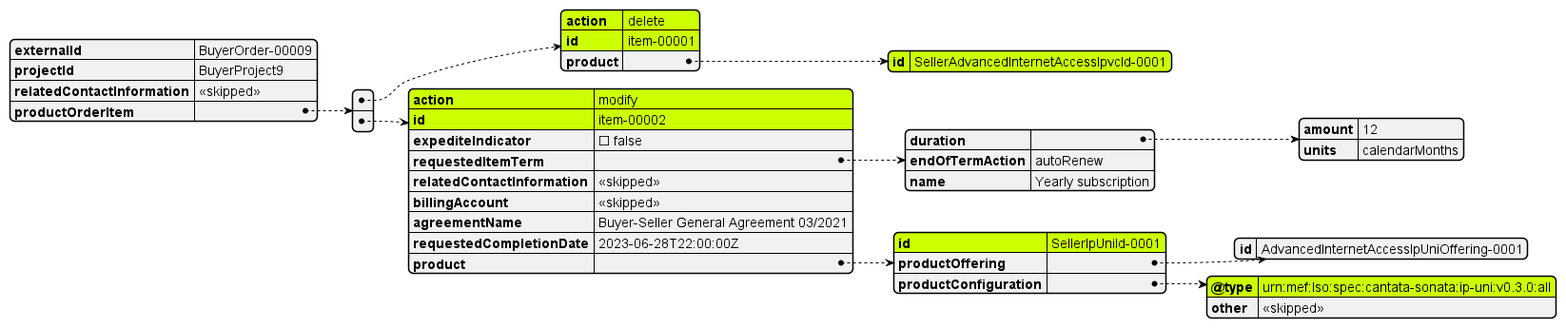
Earlier version of the PlantUML export documentation/productSchema/ip/internetAccess/MEF 139 resources/media/useCases/uc9Order.png (MEF-GIT/MEF-LSO-Sonata-SDK). Its diagram source:
```plantuml
@startjson


#highlight "productOrderItem" / "0" / "action"
#highlight "productOrderItem" / "0" / "id"
#highlight "productOrderItem" / "0" / "product" / "id"

#highlight "productOrderItem" / "1" / "action"
#highlight "productOrderItem" / "1" / "id"
#highlight "productOrderItem" / "1" / "product" / "id"

#highlight "productOrderItem" / "1" / "product" / "productConfiguration" / "@type"


{
  "externalId": "BuyerOrder-00009",
  "projectId": "BuyerProject9",
  "relatedContactInformation": "<<skipped>>",
  "productOrderItem": [
    {
      "action": "delete",
      "id": "item-00001",
      "product": {
        "id": "SellerAdvancedInternetAccessIpvcId-0001"
      }
    },
    {
      "action": "modify",
      "id": "item-00002",
      "expediteIndicator": false,
      "requestedItemTerm": {
        "duration": {
          "amount": 12,
          "units": "calendarMonths"
        },
        "endOfTermAction": "autoRenew",
        "name": "Yearly subscription"
      },
      "relatedContactInformation": "<<skipped>>",
      "billingAccount": "<<skipped>>",
      "agreementName": "Buyer-Seller General Agreement 03/2021",
      "requestedCompletionDate": "2023-06-28T22:00:00Z",
      "product": {
        "id": "SellerIpUniId-0001",
        "productOffering": {
          "id": "AdvancedInternetAccessIpUniOffering-0001"
        },
        "productConfiguration": {
          "@type": "urn:mef:lso:spec:cantata-sonata:ip-uni:v0.3.0:all",
          "other": "<<skipped>>"
        }
      }
    }
  ]
}

@endjson
```
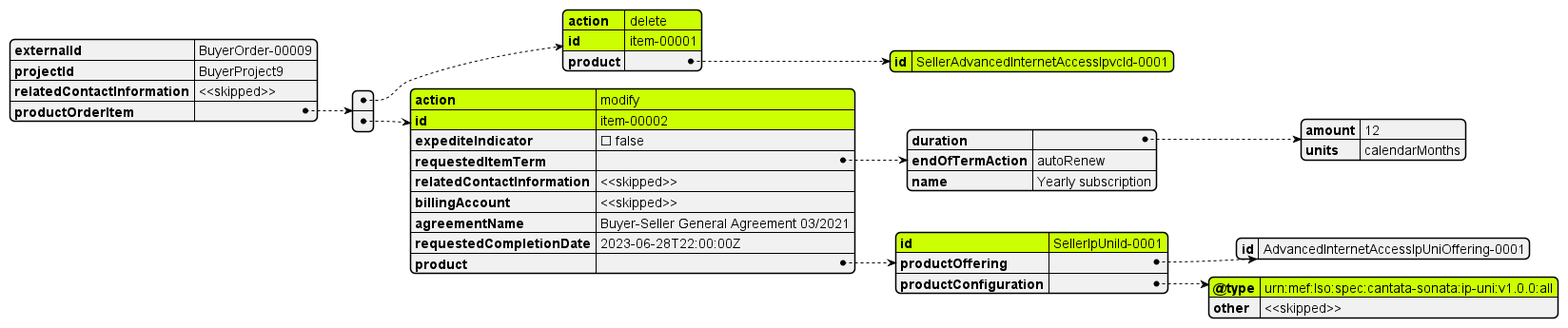
Later version of the same file.

Diff of the diagram source:
```diff
@@ -46,7 +46,7 @@
           "id": "AdvancedInternetAccessIpUniOffering-0001"
         },
         "productConfiguration": {
-          "@type": "urn:mef:lso:spec:cantata-sonata:ip-uni:v0.3.0:all",
+          "@type": "urn:mef:lso:spec:cantata-sonata:ip-uni:v1.0.0:all",
           "other": "<<skipped>>"
         }
       }
```
